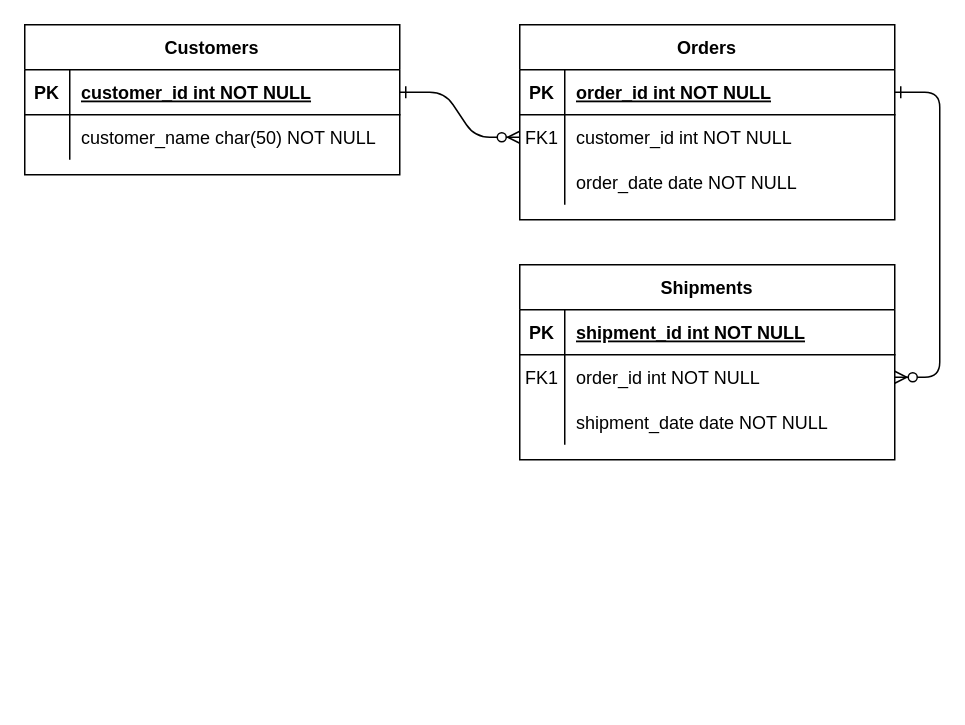
This is diagrams/garoca_database.drawio from Mokohn/GAROCA, a draw.io file, before an edit. Source tidied: cells renumbered, new cells numbered last; positions are measured from the earlier drawing's top-left corner, leaving out a move shared by most shapes. Both pictures are drawn from the tidied source at 150%, with x=0, y=0 at pixel (24, 24).
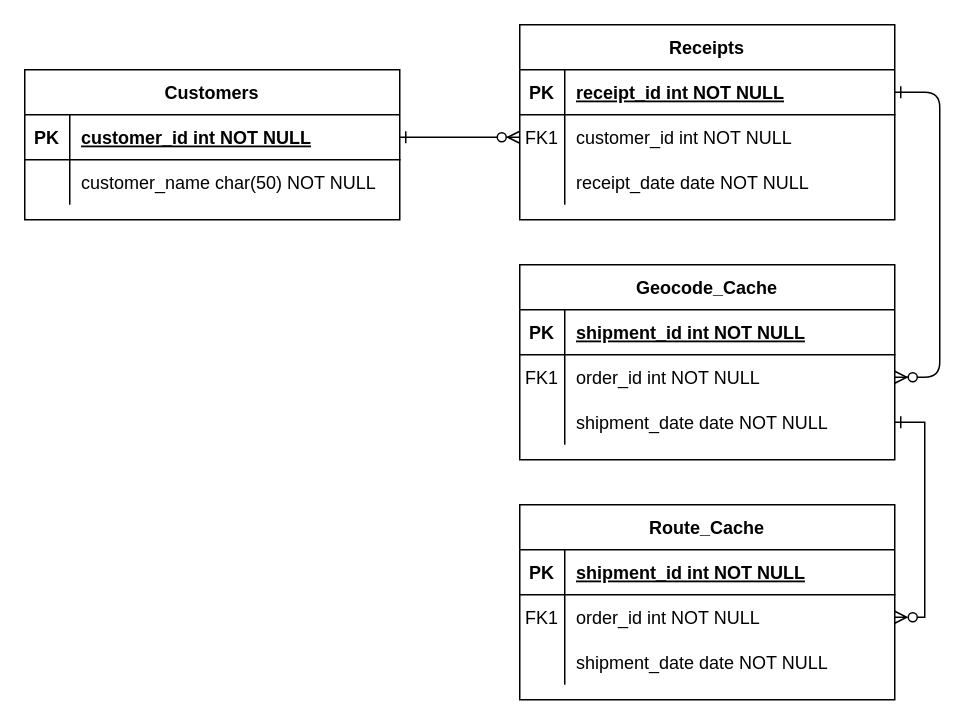
The same diagram, later.

The change refers to these unchanged cells:
```xml
<mxCell id="5" style="shape=partialRectangle;fillColor=none;points=[[0,0.5],[1,0.5]];portConstraint=eastwest;top=0;left=0;right=0;bottom=1;" parent="4" vertex="1">
  <mxGeometry y="30" width="250" height="30" as="geometry" />
</mxCell>
<mxCell id="11" style="shape=partialRectangle;fillColor=none;top=0;left=0;right=0;bottom=0;" parent="4" vertex="1">
  <mxGeometry y="90" width="250" height="30" as="geometry" />
</mxCell>
<mxCell id="21" style="shape=partialRectangle;fillColor=none;points=[[0,0.5],[1,0.5]];portConstraint=eastwest;top=0;left=0;right=0;bottom=0;" parent="14" vertex="1">
  <mxGeometry y="90" width="250" height="30" as="geometry" />
</mxCell>
```

What changed in the source:
```diff
@@
-    <mxCell id="4" value="Orders" style="shape=table;startSize=30;childLayout=tableLayout;rowLines=0;fontStyle=1;align=center;" parent="1" vertex="1">
+    <mxCell id="4" value="Receipts" style="shape=table;startSize=30;childLayout=tableLayout;rowLines=0;fontStyle=1;align=center;" parent="1" vertex="1">
       <mxGeometry x="330" width="250" height="130" as="geometry" />
     </mxCell>
@@
-    <mxCell id="7" value="order_id int NOT NULL " style="shape=partialRectangle;overflow=hidden;fillColor=none;top=0;left=0;bottom=0;right=0;align=left;spacingLeft=6;fontStyle=5;" parent="5" vertex="1">
+    <mxCell id="7" value="receipt_id int NOT NULL " style="shape=partialRectangle;overflow=hidden;fillColor=none;top=0;left=0;bottom=0;right=0;align=left;spacingLeft=6;fontStyle=5;" parent="5" vertex="1">
       <mxGeometry x="30" width="220" height="30" as="geometry" />
     </mxCell>
@@
-    <mxCell id="13" value="order_date date NOT NULL" style="shape=partialRectangle;overflow=hidden;fillColor=none;top=0;left=0;bottom=0;right=0;align=left;spacingLeft=6;" parent="11" vertex="1">
+    <mxCell id="13" value="receipt_date date NOT NULL" style="shape=partialRectangle;overflow=hidden;fillColor=none;top=0;left=0;bottom=0;right=0;align=left;spacingLeft=6;" parent="11" vertex="1">
       <mxGeometry x="30" width="220" height="30" as="geometry" />
     </mxCell>
-    <mxCell id="14" value="Shipments" style="shape=table;startSize=30;childLayout=tableLayout;rowLines=0;fontStyle=1;align=center;" parent="1" vertex="1">
+    <mxCell id="14" value="Geocode_Cache" style="shape=table;startSize=30;childLayout=tableLayout;rowLines=0;fontStyle=1;align=center;" parent="1" vertex="1">
       <mxGeometry x="330" y="160" width="250" height="130" as="geometry" />
     </mxCell>
@@
     <mxCell id="24" value="Customers" style="shape=table;startSize=30;childLayout=tableLayout;rowLines=0;fontStyle=1;align=center;" parent="1" vertex="1">
-      <mxGeometry width="250" height="100" as="geometry" />
+      <mxGeometry y="30" width="250" height="100" as="geometry" />
     </mxCell>
@@
+    <mxCell id="31" value="Route_Cache" style="shape=table;startSize=30;childLayout=tableLayout;rowLines=0;fontStyle=1;align=center;" parent="1" vertex="1">
+      <mxGeometry x="330" y="320" width="250" height="130" as="geometry" />
+    </mxCell>
+    <mxCell id="32" style="shape=partialRectangle;fillColor=none;top=0;left=0;right=0;bottom=1;" parent="31" vertex="1">
+      <mxGeometry y="30" width="250" height="30" as="geometry" />
+    </mxCell>
+    <mxCell id="33" value="PK" style="shape=partialRectangle;overflow=hidden;fillColor=none;top=0;left=0;bottom=0;right=0;fontStyle=1;" parent="32" vertex="1">
+      <mxGeometry width="30" height="30" as="geometry" />
+    </mxCell>
+    <mxCell id="34" value="shipment_id int NOT NULL " style="shape=partialRectangle;overflow=hidden;fillColor=none;top=0;left=0;bottom=0;right=0;align=left;spacingLeft=6;fontStyle=5;" parent="32" vertex="1">
+      <mxGeometry x="30" width="220" height="30" as="geometry" />
+    </mxCell>
+    <mxCell id="35" style="shape=partialRectangle;fillColor=none;points=[[0,0.5],[1,0.5]];portConstraint=eastwest;top=0;left=0;right=0;bottom=0;" parent="31" vertex="1">
+      <mxGeometry y="60" width="250" height="30" as="geometry" />
+    </mxCell>
+    <mxCell id="36" value="FK1" style="shape=partialRectangle;overflow=hidden;fillColor=none;top=0;left=0;bottom=0;right=0;" parent="35" vertex="1">
+      <mxGeometry width="30" height="30" as="geometry" />
+    </mxCell>
+    <mxCell id="37" value="order_id int NOT NULL" style="shape=partialRectangle;overflow=hidden;fillColor=none;top=0;left=0;bottom=0;right=0;align=left;spacingLeft=6;" parent="35" vertex="1">
+      <mxGeometry x="30" width="220" height="30" as="geometry" />
+    </mxCell>
+    <mxCell id="38" style="shape=partialRectangle;fillColor=none;top=0;left=0;right=0;bottom=0;" parent="31" vertex="1">
+      <mxGeometry y="90" width="250" height="30" as="geometry" />
+    </mxCell>
+    <mxCell id="39" style="shape=partialRectangle;overflow=hidden;fillColor=none;top=0;left=0;bottom=0;right=0;" parent="38" vertex="1">
+      <mxGeometry width="30" height="30" as="geometry" />
+    </mxCell>
+    <mxCell id="40" value="shipment_date date NOT NULL" style="shape=partialRectangle;overflow=hidden;fillColor=none;top=0;left=0;bottom=0;right=0;align=left;spacingLeft=6;" parent="38" vertex="1">
+      <mxGeometry x="30" width="220" height="30" as="geometry" />
+    </mxCell>
+    <mxCell id="41" style="edgeStyle=orthogonalEdgeStyle;rounded=0;jettySize=auto;html=1;exitX=1;exitY=0.5;exitDx=0;exitDy=0;entryX=1;entryY=0.5;entryDx=0;entryDy=0;startArrow=ERone;startFill=0;endArrow=ERzeroToMany;endFill=0;" parent="1" edge="1" source="21" target="35">
+      <mxGeometry relative="1" as="geometry" />
+    </mxCell>
```
